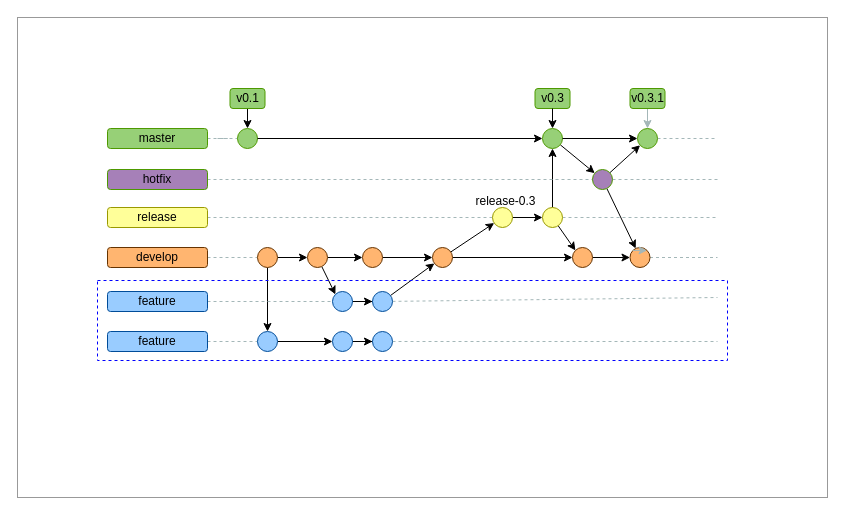
Before: Git Flow Diagram.drawio in itlad/draw.io, a draw.io diagram. Source tidied: cells renumbered, new cells numbered last; positions are measured from the earlier drawing's top-left corner, leaving out a move shared by most shapes. Both pictures are drawn from the tidied source at 100%, with x=0, y=0 at pixel (17, 17).
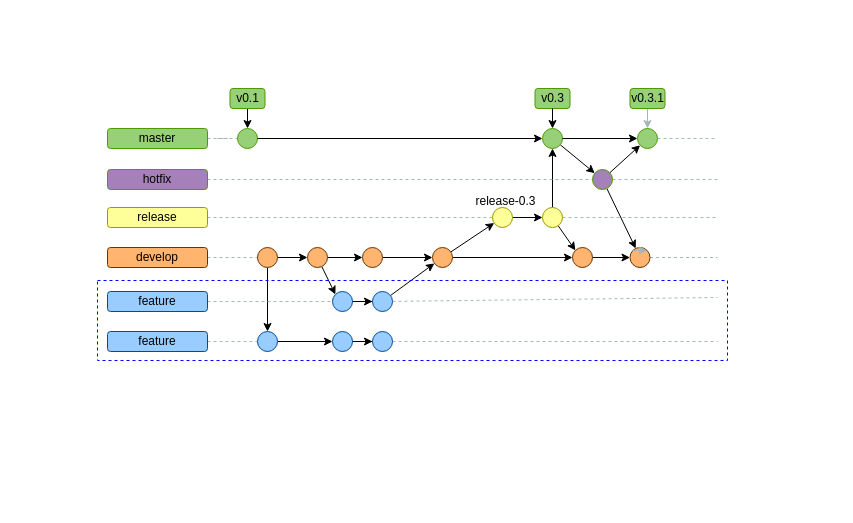
After the change.

The edit, as a diff of the source:
```diff
@@
-    <mxCell id="67" style="rounded=0;whiteSpace=wrap;html=1;strokeColor=#999999;fillColor=none;gradientColor=none;" parent="1" vertex="1">
-      <mxGeometry width="810" height="480" as="geometry" />
-    </mxCell>
-    <mxCell id="68" style="edgeStyle=none;rounded=0;jumpStyle=none;orthogonalLoop=1;jettySize=auto;html=1;exitX=1;exitY=0.5;exitDx=0;exitDy=0;endArrow=classic;endFill=1;strokeColor=#000000;strokeWidth=1;" parent="1" edge="1" source="67" target="67">
-      <mxGeometry relative="1" as="geometry" />
+    <mxCell id="68" style="edgeStyle=none;rounded=0;jumpStyle=none;orthogonalLoop=1;jettySize=auto;html=1;exitX=1;exitY=0.5;exitDx=0;exitDy=0;endArrow=classic;endFill=1;strokeColor=#000000;strokeWidth=1;" parent="1" edge="1">
+      <mxGeometry relative="1" as="geometry">
+        <mxPoint x="810" y="240" as="sourcePoint" />
+        <mxPoint x="810" y="240" as="targetPoint" />
+      </mxGeometry>
     </mxCell>
-    <mxCell id="69" style="edgeStyle=none;rounded=0;jumpStyle=none;orthogonalLoop=1;jettySize=auto;html=1;exitX=1;exitY=1;exitDx=0;exitDy=0;endArrow=classic;endFill=1;strokeColor=#000000;strokeWidth=1;" parent="1" edge="1" source="67" target="67">
-      <mxGeometry relative="1" as="geometry" />
+    <mxCell id="69" style="edgeStyle=none;rounded=0;jumpStyle=none;orthogonalLoop=1;jettySize=auto;html=1;exitX=1;exitY=1;exitDx=0;exitDy=0;endArrow=classic;endFill=1;strokeColor=#000000;strokeWidth=1;" parent="1" edge="1">
+      <mxGeometry relative="1" as="geometry">
+        <mxPoint x="787" y="480" as="sourcePoint" />
+        <mxPoint x="787" y="480" as="targetPoint" />
+      </mxGeometry>
     </mxCell>
```
